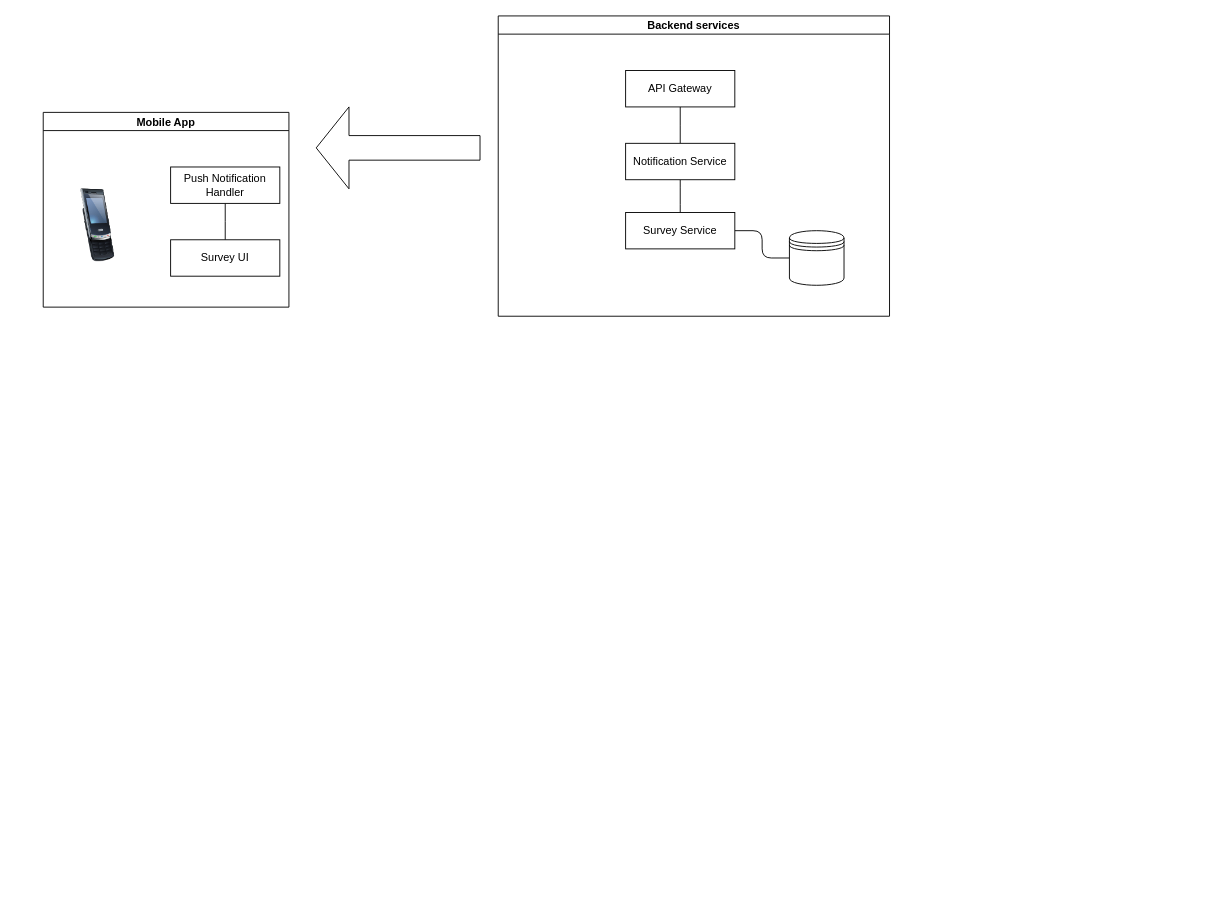
Above: diagram.drawio in RomiBareiro/notifications (draw.io), before the change. Source tidied: cells renumbered, new cells numbered last; positions are measured from the earlier drawing's top-left corner, leaving out a move shared by most shapes. Both pictures are drawn from the tidied source at 91%, with x=0, y=0 at pixel (43, 15).
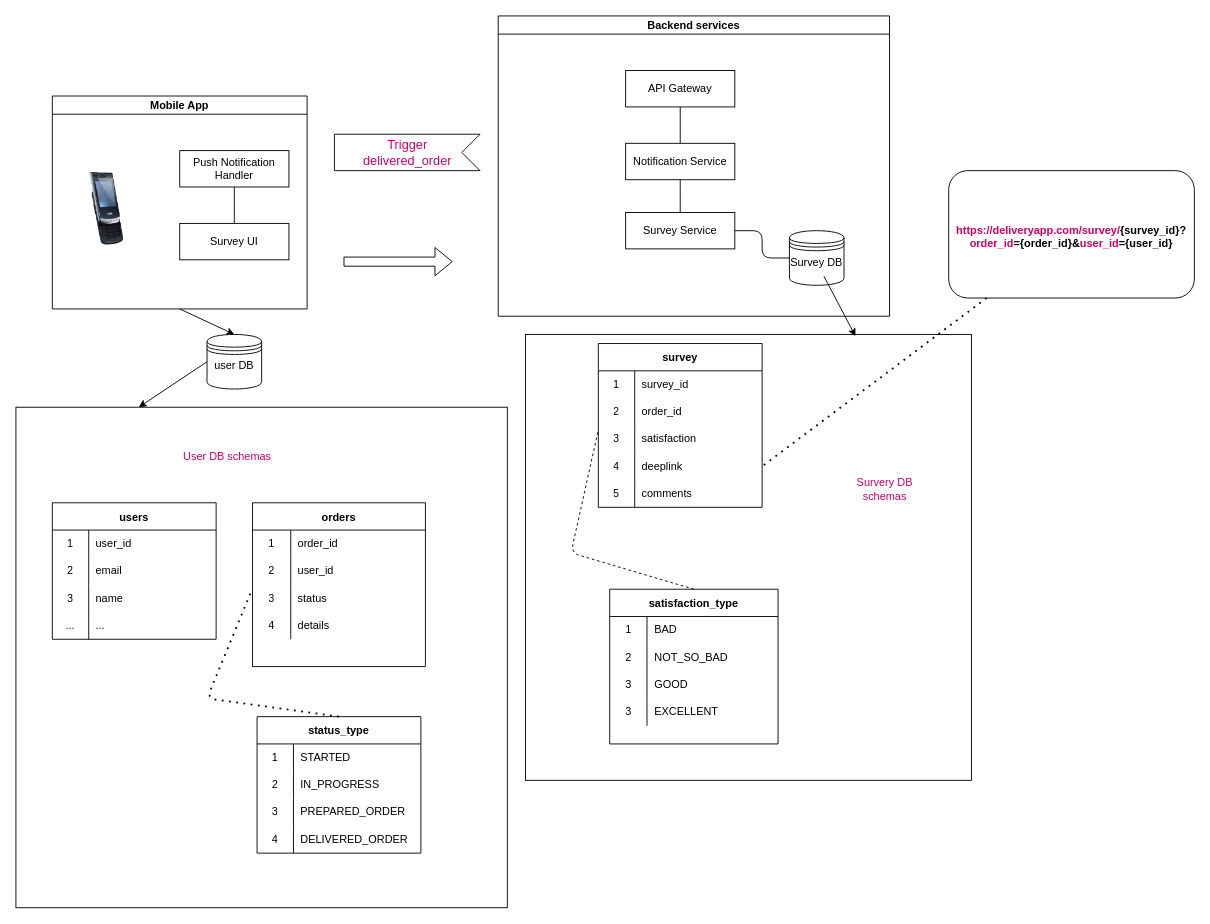
The same diagram, later.

Commit message (it also covers changes not shown here):
big_picture diagram

Readme

The change refers to these unchanged cells:
```xml
<mxCell id="2" value="Backend services" style="swimlane;startSize=20;horizontal=1;containerType=tree;" parent="1" vertex="1">
  <mxGeometry x="500" width="430" height="330" as="geometry" />
</mxCell>
```

Diff of the diagram source:
```diff
@@
+    <mxCell id="16" style="rounded=0;whiteSpace=wrap;html=1;labelBackgroundColor=#0000CC;" parent="1" vertex="1">
+      <mxGeometry x="530" y="350" width="490" height="490" as="geometry" />
+    </mxCell>
+    <mxCell id="17" style="rounded=0;whiteSpace=wrap;html=1;labelBackgroundColor=#0000CC;" parent="1" vertex="1">
+      <mxGeometry x="-30" y="430" width="540" height="550" as="geometry" />
+    </mxCell>
@@
+    <mxCell id="18" value="Survey DB" style="text;html=1;strokeColor=none;fillColor=none;align=center;verticalAlign=middle;whiteSpace=wrap;rounded=0;" parent="2" vertex="1">
+      <mxGeometry x="320" y="256" width="60" height="30" as="geometry" />
+    </mxCell>
+    <mxCell id="19" style="edgeStyle=none;html=1;exitX=0.5;exitY=1;exitDx=0;exitDy=0;entryX=0.5;entryY=0;entryDx=0;entryDy=0;" parent="1" edge="1" source="10" target="21">
+      <mxGeometry relative="1" as="geometry" />
+    </mxCell>
     <mxCell id="10" value="Mobile App" style="swimlane;startSize=20;horizontal=1;containerType=tree;" parent="1" vertex="1">
-      <mxGeometry y="106" width="270" height="214" as="geometry" />
+      <mxGeometry x="10" y="88" width="280" height="234" as="geometry" />
     </mxCell>
@@
-    <mxCell id="15" style="shape=singleArrow;direction=west;whiteSpace=wrap;html=1;" parent="1" vertex="1">
-      <mxGeometry x="300" y="100" width="180" height="90" as="geometry" />
-    </mxCell>
+    <mxCell id="20" style="edgeStyle=none;html=1;exitX=0;exitY=0.5;exitDx=0;exitDy=0;entryX=0.25;entryY=0;entryDx=0;entryDy=0;" parent="1" edge="1" source="21" target="17">
+      <mxGeometry relative="1" as="geometry" />
+    </mxCell>
+    <mxCell id="21" style="shape=datastore;whiteSpace=wrap;html=1;" parent="1" vertex="1">
+      <mxGeometry x="180" y="350" width="60" height="60" as="geometry" />
+    </mxCell>
+    <mxCell id="22" value="user DB" style="text;html=1;strokeColor=none;fillColor=none;align=center;verticalAlign=middle;whiteSpace=wrap;rounded=0;" parent="1" vertex="1">
+      <mxGeometry x="180" y="370" width="60" height="30" as="geometry" />
+    </mxCell>
+    <mxCell id="23" value="users" style="shape=table;startSize=30;childLayout=tableLayout;rowLines=0;fontStyle=1;" parent="1" vertex="1">
+      <mxGeometry x="10" y="535" width="180" height="150" as="geometry" />
+    </mxCell>
+    <mxCell id="24" style="shape=tableRow;horizontal=0;startSize=0;swimlaneHead=0;swimlaneBody=0;top=0;left=0;bottom=0;right=0;fillColor=none;" parent="23" vertex="1">
+      <mxGeometry y="30" width="180" height="30" as="geometry" />
+    </mxCell>
+    <mxCell id="25" value="1" style="shape=partialRectangle;html=1;whiteSpace=wrap;fillColor=none;top=0;left=0;bottom=0;right=0;overflow=hidden;" parent="24" vertex="1">
+      <mxGeometry width="40" height="30" as="geometry" />
+    </mxCell>
+    <mxCell id="26" value="user_id" style="shape=partialRectangle;html=1;whiteSpace=wrap;fillColor=none;top=0;left=0;bottom=0;right=0;align=left;spacingLeft=6;overflow=hidden;" parent="24" vertex="1">
+      <mxGeometry x="40" width="140" height="30" as="geometry" />
+    </mxCell>
+    <mxCell id="27" style="shape=tableRow;horizontal=0;startSize=0;swimlaneHead=0;swimlaneBody=0;top=0;left=0;bottom=0;right=0;fillColor=none;" parent="23" vertex="1">
+      <mxGeometry y="60" width="180" height="30" as="geometry" />
+    </mxCell>
+    <mxCell id="28" value="2" style="shape=partialRectangle;html=1;whiteSpace=wrap;fillColor=none;top=0;left=0;bottom=0;right=0;overflow=hidden;" parent="27" vertex="1">
+      <mxGeometry width="40" height="30" as="geometry" />
+    </mxCell>
+    <mxCell id="29" value="email" style="shape=partialRectangle;html=1;whiteSpace=wrap;fillColor=none;top=0;left=0;bottom=0;right=0;align=left;spacingLeft=6;overflow=hidden;" parent="27" vertex="1">
+      <mxGeometry x="40" width="140" height="30" as="geometry" />
+    </mxCell>
+    <mxCell id="30" style="shape=tableRow;horizontal=0;startSize=0;swimlaneHead=0;swimlaneBody=0;top=0;left=0;bottom=0;right=0;fillColor=none;" parent="23" vertex="1">
+      <mxGeometry y="90" width="180" height="30" as="geometry" />
+    </mxCell>
+    <mxCell id="31" value="3" style="shape=partialRectangle;html=1;whiteSpace=wrap;fillColor=none;top=0;left=0;bottom=0;right=0;overflow=hidden;" parent="30" vertex="1">
+      <mxGeometry width="40" height="30" as="geometry" />
+    </mxCell>
+    <mxCell id="32" value="name&lt;br&gt;" style="shape=partialRectangle;html=1;whiteSpace=wrap;fillColor=none;top=0;left=0;bottom=0;right=0;align=left;spacingLeft=6;overflow=hidden;" parent="30" vertex="1">
+      <mxGeometry x="40" width="140" height="30" as="geometry" />
+    </mxCell>
+    <mxCell id="33" style="shape=tableRow;horizontal=0;startSize=0;swimlaneHead=0;swimlaneBody=0;top=0;left=0;bottom=0;right=0;fillColor=none;" parent="23" vertex="1">
+      <mxGeometry y="120" width="180" height="30" as="geometry" />
+    </mxCell>
+    <mxCell id="34" value="..." style="shape=partialRectangle;html=1;whiteSpace=wrap;fillColor=none;top=0;left=0;bottom=0;right=0;overflow=hidden;" parent="33" vertex="1">
+      <mxGeometry width="40" height="30" as="geometry" />
+    </mxCell>
+    <mxCell id="35" value="..." style="shape=partialRectangle;html=1;whiteSpace=wrap;fillColor=none;top=0;left=0;bottom=0;right=0;align=left;spacingLeft=6;overflow=hidden;" parent="33" vertex="1">
+      <mxGeometry x="40" width="140" height="30" as="geometry" />
+    </mxCell>
+    <mxCell id="36" value="survey" style="shape=table;startSize=30;childLayout=tableLayout;rowLines=0;fontStyle=1;" parent="1" vertex="1">
+      <mxGeometry x="610" y="360" width="180" height="180" as="geometry" />
+    </mxCell>
+    <mxCell id="37" style="shape=tableRow;horizontal=0;startSize=0;swimlaneHead=0;swimlaneBody=0;top=0;left=0;bottom=0;right=0;fillColor=none;" parent="36" vertex="1">
+      <mxGeometry y="30" width="180" height="30" as="geometry" />
+    </mxCell>
+    <mxCell id="38" value="1" style="shape=partialRectangle;html=1;whiteSpace=wrap;fillColor=none;top=0;left=0;bottom=0;right=0;overflow=hidden;" parent="37" vertex="1">
+      <mxGeometry width="40" height="30" as="geometry" />
+    </mxCell>
+    <mxCell id="39" value="survey_id" style="shape=partialRectangle;html=1;whiteSpace=wrap;fillColor=none;top=0;left=0;bottom=0;right=0;align=left;spacingLeft=6;overflow=hidden;" parent="37" vertex="1">
+      <mxGeometry x="40" width="140" height="30" as="geometry" />
+    </mxCell>
+    <mxCell id="40" style="shape=tableRow;horizontal=0;startSize=0;swimlaneHead=0;swimlaneBody=0;top=0;left=0;bottom=0;right=0;fillColor=none;" parent="36" vertex="1">
+      <mxGeometry y="60" width="180" height="30" as="geometry" />
+    </mxCell>
+    <mxCell id="41" value="2" style="shape=partialRectangle;html=1;whiteSpace=wrap;fillColor=none;top=0;left=0;bottom=0;right=0;overflow=hidden;" parent="40" vertex="1">
+      <mxGeometry width="40" height="30" as="geometry" />
+    </mxCell>
+    <mxCell id="42" value="order_id" style="shape=partialRectangle;html=1;whiteSpace=wrap;fillColor=none;top=0;left=0;bottom=0;right=0;align=left;spacingLeft=6;overflow=hidden;" parent="40" vertex="1">
+      <mxGeometry x="40" width="140" height="30" as="geometry" />
+    </mxCell>
+    <mxCell id="43" style="shape=tableRow;horizontal=0;startSize=0;swimlaneHead=0;swimlaneBody=0;top=0;left=0;bottom=0;right=0;fillColor=none;" parent="36" vertex="1">
+      <mxGeometry y="90" width="180" height="30" as="geometry" />
+    </mxCell>
+    <mxCell id="44" value="3" style="shape=partialRectangle;html=1;whiteSpace=wrap;fillColor=none;top=0;left=0;bottom=0;right=0;overflow=hidden;" parent="43" vertex="1">
+      <mxGeometry width="40" height="30" as="geometry" />
+    </mxCell>
+    <mxCell id="45" value="satisfaction" style="shape=partialRectangle;html=1;whiteSpace=wrap;fillColor=none;top=0;left=0;bottom=0;right=0;align=left;spacingLeft=6;overflow=hidden;" parent="43" vertex="1">
+      <mxGeometry x="40" width="140" height="30" as="geometry" />
+    </mxCell>
+    <mxCell id="46" style="shape=tableRow;horizontal=0;startSize=0;swimlaneHead=0;swimlaneBody=0;top=0;left=0;bottom=0;right=0;fillColor=none;points=[[0,0.5],[1,0.5]];portConstraint=eastwest;" parent="36" vertex="1">
+      <mxGeometry y="120" width="180" height="30" as="geometry" />
+    </mxCell>
+    <mxCell id="47" value="4" style="shape=partialRectangle;html=1;whiteSpace=wrap;fillColor=none;top=0;left=0;bottom=0;right=0;overflow=hidden;" parent="46" vertex="1">
+      <mxGeometry width="40" height="30" as="geometry" />
+    </mxCell>
+    <mxCell id="48" value="deeplink" style="shape=partialRectangle;html=1;whiteSpace=wrap;fillColor=none;top=0;left=0;bottom=0;right=0;align=left;spacingLeft=6;overflow=hidden;" parent="46" vertex="1">
+      <mxGeometry x="40" width="140" height="30" as="geometry" />
+    </mxCell>
+    <mxCell id="49" style="shape=tableRow;horizontal=0;startSize=0;swimlaneHead=0;swimlaneBody=0;top=0;left=0;bottom=0;right=0;fillColor=none;" parent="36" vertex="1">
+      <mxGeometry y="150" width="180" height="30" as="geometry" />
+    </mxCell>
+    <mxCell id="50" value="5" style="shape=partialRectangle;html=1;whiteSpace=wrap;fillColor=none;top=0;left=0;bottom=0;right=0;overflow=hidden;" parent="49" vertex="1">
+      <mxGeometry width="40" height="30" as="geometry" />
+    </mxCell>
+    <mxCell id="51" value="comments" style="shape=partialRectangle;html=1;whiteSpace=wrap;fillColor=none;top=0;left=0;bottom=0;right=0;align=left;spacingLeft=6;overflow=hidden;" parent="49" vertex="1">
+      <mxGeometry x="40" width="140" height="30" as="geometry" />
+    </mxCell>
+    <mxCell id="52" style="shape=flexArrow;endArrow=classic;html=1;" parent="1" edge="1">
+      <mxGeometry relative="1" as="geometry">
+        <mxPoint x="330" y="270" as="sourcePoint" />
+        <mxPoint x="450" y="270" as="targetPoint" />
+      </mxGeometry>
+    </mxCell>
+    <mxCell id="53" value="orders" style="shape=table;startSize=30;childLayout=tableLayout;rowLines=0;fontStyle=1;" parent="1" vertex="1">
+      <mxGeometry x="230" y="535" width="190" height="180" as="geometry" />
+    </mxCell>
+    <mxCell id="54" style="shape=tableRow;horizontal=0;startSize=0;swimlaneHead=0;swimlaneBody=0;top=0;left=0;bottom=0;right=0;fillColor=none;" parent="53" vertex="1">
+      <mxGeometry y="30" width="190" height="30" as="geometry" />
+    </mxCell>
+    <mxCell id="55" value="1" style="shape=partialRectangle;html=1;whiteSpace=wrap;fillColor=none;top=0;left=0;bottom=0;right=0;overflow=hidden;" parent="54" vertex="1">
+      <mxGeometry width="42" height="30" as="geometry" />
+    </mxCell>
+    <mxCell id="56" value="order_id" style="shape=partialRectangle;html=1;whiteSpace=wrap;fillColor=none;top=0;left=0;bottom=0;right=0;align=left;spacingLeft=6;overflow=hidden;" parent="54" vertex="1">
+      <mxGeometry x="42" width="148" height="30" as="geometry" />
+    </mxCell>
+    <mxCell id="57" style="shape=tableRow;horizontal=0;startSize=0;swimlaneHead=0;swimlaneBody=0;top=0;left=0;bottom=0;right=0;fillColor=none;" parent="53" vertex="1">
+      <mxGeometry y="60" width="190" height="30" as="geometry" />
+    </mxCell>
+    <mxCell id="58" value="2" style="shape=partialRectangle;html=1;whiteSpace=wrap;fillColor=none;top=0;left=0;bottom=0;right=0;overflow=hidden;" parent="57" vertex="1">
+      <mxGeometry width="42" height="30" as="geometry" />
+    </mxCell>
+    <mxCell id="59" value="user_id" style="shape=partialRectangle;html=1;whiteSpace=wrap;fillColor=none;top=0;left=0;bottom=0;right=0;align=left;spacingLeft=6;overflow=hidden;" parent="57" vertex="1">
+      <mxGeometry x="42" width="148" height="30" as="geometry" />
+    </mxCell>
+    <mxCell id="60" style="shape=tableRow;horizontal=0;startSize=0;swimlaneHead=0;swimlaneBody=0;top=0;left=0;bottom=0;right=0;fillColor=none;points=[[0,0.5],[1,0.5]];portConstraint=eastwest;" parent="53" vertex="1">
+      <mxGeometry y="90" width="190" height="30" as="geometry" />
+    </mxCell>
+    <mxCell id="61" value="3" style="shape=partialRectangle;html=1;whiteSpace=wrap;fillColor=none;top=0;left=0;bottom=0;right=0;overflow=hidden;" parent="60" vertex="1">
+      <mxGeometry width="42" height="30" as="geometry" />
+    </mxCell>
+    <mxCell id="62" value="status" style="shape=partialRectangle;html=1;whiteSpace=wrap;fillColor=none;top=0;left=0;bottom=0;right=0;align=left;spacingLeft=6;overflow=hidden;" parent="60" vertex="1">
+      <mxGeometry x="42" width="148" height="30" as="geometry" />
+    </mxCell>
+    <mxCell id="63" style="shape=tableRow;horizontal=0;startSize=0;swimlaneHead=0;swimlaneBody=0;top=0;left=0;bottom=0;right=0;fillColor=none;" parent="53" vertex="1">
+      <mxGeometry y="120" width="190" height="30" as="geometry" />
+    </mxCell>
+    <mxCell id="64" value="4" style="shape=partialRectangle;html=1;whiteSpace=wrap;fillColor=none;top=0;left=0;bottom=0;right=0;overflow=hidden;" parent="63" vertex="1">
+      <mxGeometry width="42" height="30" as="geometry" />
+    </mxCell>
+    <mxCell id="65" value="details" style="shape=partialRectangle;html=1;whiteSpace=wrap;fillColor=none;top=0;left=0;bottom=0;right=0;align=left;spacingLeft=6;overflow=hidden;" parent="63" vertex="1">
+      <mxGeometry x="42" width="148" height="30" as="geometry" />
+    </mxCell>
+    <mxCell id="66" style="edgeStyle=none;html=1;exitX=0.5;exitY=1;exitDx=0;exitDy=0;" parent="1" edge="1" source="67" target="68">
+      <mxGeometry relative="1" as="geometry" />
+    </mxCell>
+    <mxCell id="67" style="rounded=1;whiteSpace=wrap;html=1;" parent="1" vertex="1">
+      <mxGeometry x="995" y="170" width="270" height="140" as="geometry" />
+    </mxCell>
+    <mxCell id="68" value="&lt;div&gt;&lt;div&gt;&lt;b&gt;&lt;font color=&quot;#cc0066&quot;&gt;https://deliveryapp.com/survey/&lt;/font&gt;{survey_id}?&lt;font color=&quot;#cc0066&quot;&gt;order_id&lt;/font&gt;={order_id}&amp;amp;&lt;font color=&quot;#cc0066&quot;&gt;user_id&lt;/font&gt;={user_id}&lt;/b&gt;&lt;/div&gt;&lt;/div&gt;&lt;div&gt;&lt;br&gt;&lt;/div&gt;" style="text;html=1;strokeColor=none;fillColor=none;align=center;verticalAlign=middle;whiteSpace=wrap;rounded=0;" parent="1" vertex="1">
+      <mxGeometry x="1020" y="200" width="220" height="100" as="geometry" />
+    </mxCell>
+    <mxCell id="69" value="satisfaction_type" style="shape=table;startSize=30;childLayout=tableLayout;rowLines=0;fontStyle=1;" parent="1" vertex="1">
+      <mxGeometry x="622.5" y="630" width="185" height="170" as="geometry" />
+    </mxCell>
+    <mxCell id="70" style="shape=tableRow;horizontal=0;startSize=0;swimlaneHead=0;swimlaneBody=0;top=0;left=0;bottom=0;right=0;fillColor=none;" parent="69" vertex="1">
+      <mxGeometry y="30" width="185" height="30" as="geometry" />
+    </mxCell>
+    <mxCell id="71" value="1" style="shape=partialRectangle;html=1;whiteSpace=wrap;fillColor=none;top=0;left=0;bottom=0;right=0;overflow=hidden;" parent="70" vertex="1">
+      <mxGeometry width="41" height="30" as="geometry" />
+    </mxCell>
+    <mxCell id="72" value="BAD" style="shape=partialRectangle;html=1;whiteSpace=wrap;fillColor=none;top=0;left=0;bottom=0;right=0;align=left;spacingLeft=6;overflow=hidden;" parent="70" vertex="1">
+      <mxGeometry x="41" width="144" height="30" as="geometry" />
+    </mxCell>
+    <mxCell id="73" style="shape=tableRow;horizontal=0;startSize=0;swimlaneHead=0;swimlaneBody=0;top=0;left=0;bottom=0;right=0;fillColor=none;" parent="69" vertex="1">
+      <mxGeometry y="60" width="185" height="30" as="geometry" />
+    </mxCell>
+    <mxCell id="74" value="2" style="shape=partialRectangle;html=1;whiteSpace=wrap;fillColor=none;top=0;left=0;bottom=0;right=0;overflow=hidden;" parent="73" vertex="1">
+      <mxGeometry width="41" height="30" as="geometry" />
+    </mxCell>
+    <mxCell id="75" value="NOT_SO_BAD" style="shape=partialRectangle;html=1;whiteSpace=wrap;fillColor=none;top=0;left=0;bottom=0;right=0;align=left;spacingLeft=6;overflow=hidden;" parent="73" vertex="1">
+      <mxGeometry x="41" width="144" height="30" as="geometry" />
+    </mxCell>
+    <mxCell id="76" style="shape=tableRow;horizontal=0;startSize=0;swimlaneHead=0;swimlaneBody=0;top=0;left=0;bottom=0;right=0;fillColor=none;" parent="69" vertex="1">
+      <mxGeometry y="90" width="185" height="30" as="geometry" />
+    </mxCell>
+    <mxCell id="77" value="3" style="shape=partialRectangle;html=1;whiteSpace=wrap;fillColor=none;top=0;left=0;bottom=0;right=0;overflow=hidden;" parent="76" vertex="1">
+      <mxGeometry width="41" height="30" as="geometry" />
+    </mxCell>
+    <mxCell id="78" value="GOOD" style="shape=partialRectangle;html=1;whiteSpace=wrap;fillColor=none;top=0;left=0;bottom=0;right=0;align=left;spacingLeft=6;overflow=hidden;" parent="76" vertex="1">
+      <mxGeometry x="41" width="144" height="30" as="geometry" />
+    </mxCell>
+    <mxCell id="79" style="shape=tableRow;horizontal=0;startSize=0;swimlaneHead=0;swimlaneBody=0;top=0;left=0;bottom=0;right=0;fillColor=none;" parent="69" vertex="1">
+      <mxGeometry y="120" width="185" height="30" as="geometry" />
+    </mxCell>
+    <mxCell id="80" value="3" style="shape=partialRectangle;html=1;whiteSpace=wrap;fillColor=none;top=0;left=0;bottom=0;right=0;overflow=hidden;" parent="79" vertex="1">
+      <mxGeometry width="41" height="30" as="geometry" />
+    </mxCell>
+    <mxCell id="81" value="EXCELLENT" style="shape=partialRectangle;html=1;whiteSpace=wrap;fillColor=none;top=0;left=0;bottom=0;right=0;align=left;spacingLeft=6;overflow=hidden;" parent="79" vertex="1">
+      <mxGeometry x="41" width="144" height="30" as="geometry" />
+    </mxCell>
+    <mxCell id="82" style="endArrow=none;dashed=1;html=1;exitX=0.5;exitY=0;exitDx=0;exitDy=0;" parent="1" edge="1" source="69">
+      <mxGeometry relative="1" as="geometry">
+        <mxPoint x="610" y="455" as="targetPoint" />
+        <Array as="points">
+          <mxPoint x="580" y="590" />
+        </Array>
+      </mxGeometry>
+    </mxCell>
+    <mxCell id="83" value="&lt;span style=&quot;background-color: rgb(255, 255, 255);&quot;&gt;&lt;font color=&quot;#cc0066&quot;&gt;Trigger&lt;br&gt;delivered_order&lt;/font&gt;&lt;/span&gt;" style="html=1;shape=mxgraph.infographic.ribbonSimple;notch1=20;notch2=0;align=center;verticalAlign=middle;fontSize=14;fontStyle=0;flipH=1;fillColor=#FFFFFF;" parent="1" vertex="1">
+      <mxGeometry x="320" y="130" width="160" height="40" as="geometry" />
+    </mxCell>
+    <mxCell id="84" style="endArrow=none;dashed=1;html=1;dashPattern=1 3;strokeWidth=2;entryX=1;entryY=0.5;entryDx=0;entryDy=0;" parent="1" edge="1" source="67" target="46">
+      <mxGeometry relative="1" as="geometry" />
+    </mxCell>
+    <mxCell id="85" value="status_type" style="shape=table;startSize=30;childLayout=tableLayout;rowLines=0;fontStyle=1;" parent="1" vertex="1">
+      <mxGeometry x="235" y="770" width="180" height="150" as="geometry" />
+    </mxCell>
+    <mxCell id="86" style="shape=tableRow;horizontal=0;startSize=0;swimlaneHead=0;swimlaneBody=0;top=0;left=0;bottom=0;right=0;fillColor=none;" parent="85" vertex="1">
+      <mxGeometry y="30" width="180" height="30" as="geometry" />
+    </mxCell>
+    <mxCell id="87" value="1" style="shape=partialRectangle;html=1;whiteSpace=wrap;fillColor=none;top=0;left=0;bottom=0;right=0;overflow=hidden;" parent="86" vertex="1">
+      <mxGeometry width="40" height="30" as="geometry" />
+    </mxCell>
+    <mxCell id="88" value="STARTED" style="shape=partialRectangle;html=1;whiteSpace=wrap;fillColor=none;top=0;left=0;bottom=0;right=0;align=left;spacingLeft=6;overflow=hidden;" parent="86" vertex="1">
+      <mxGeometry x="40" width="140" height="30" as="geometry" />
+    </mxCell>
+    <mxCell id="89" style="shape=tableRow;horizontal=0;startSize=0;swimlaneHead=0;swimlaneBody=0;top=0;left=0;bottom=0;right=0;fillColor=none;" parent="85" vertex="1">
+      <mxGeometry y="60" width="180" height="30" as="geometry" />
+    </mxCell>
+    <mxCell id="90" value="2" style="shape=partialRectangle;html=1;whiteSpace=wrap;fillColor=none;top=0;left=0;bottom=0;right=0;overflow=hidden;" parent="89" vertex="1">
+      <mxGeometry width="40" height="30" as="geometry" />
+    </mxCell>
+    <mxCell id="91" value="IN_PROGRESS" style="shape=partialRectangle;html=1;whiteSpace=wrap;fillColor=none;top=0;left=0;bottom=0;right=0;align=left;spacingLeft=6;overflow=hidden;" parent="89" vertex="1">
+      <mxGeometry x="40" width="140" height="30" as="geometry" />
+    </mxCell>
+    <mxCell id="92" style="shape=tableRow;horizontal=0;startSize=0;swimlaneHead=0;swimlaneBody=0;top=0;left=0;bottom=0;right=0;fillColor=none;" parent="85" vertex="1">
+      <mxGeometry y="90" width="180" height="30" as="geometry" />
+    </mxCell>
+    <mxCell id="93" value="3" style="shape=partialRectangle;html=1;whiteSpace=wrap;fillColor=none;top=0;left=0;bottom=0;right=0;overflow=hidden;" parent="92" vertex="1">
+      <mxGeometry width="40" height="30" as="geometry" />
+    </mxCell>
+    <mxCell id="94" value="PREPARED_ORDER" style="shape=partialRectangle;html=1;whiteSpace=wrap;fillColor=none;top=0;left=0;bottom=0;right=0;align=left;spacingLeft=6;overflow=hidden;" parent="92" vertex="1">
+      <mxGeometry x="40" width="140" height="30" as="geometry" />
+    </mxCell>
+    <mxCell id="95" style="shape=tableRow;horizontal=0;startSize=0;swimlaneHead=0;swimlaneBody=0;top=0;left=0;bottom=0;right=0;fillColor=none;" parent="85" vertex="1">
+      <mxGeometry y="120" width="180" height="30" as="geometry" />
+    </mxCell>
+    <mxCell id="96" value="4" style="shape=partialRectangle;html=1;whiteSpace=wrap;fillColor=none;top=0;left=0;bottom=0;right=0;overflow=hidden;" parent="95" vertex="1">
+      <mxGeometry width="40" height="30" as="geometry" />
+    </mxCell>
+    <mxCell id="97" value="DELIVERED_ORDER" style="shape=partialRectangle;html=1;whiteSpace=wrap;fillColor=none;top=0;left=0;bottom=0;right=0;align=left;spacingLeft=6;overflow=hidden;" parent="95" vertex="1">
+      <mxGeometry x="40" width="140" height="30" as="geometry" />
+    </mxCell>
+    <mxCell id="98" style="endArrow=none;dashed=1;html=1;dashPattern=1 3;strokeWidth=2;fontColor=#CC0066;entryX=-0.011;entryY=0.3;entryDx=0;entryDy=0;entryPerimeter=0;exitX=0.5;exitY=0;exitDx=0;exitDy=0;" parent="1" edge="1" source="85" target="60">
+      <mxGeometry relative="1" as="geometry">
+        <Array as="points">
+          <mxPoint x="180" y="750" />
+        </Array>
+      </mxGeometry>
+    </mxCell>
+    <mxCell id="99" style="edgeStyle=none;html=1;entryX=0.74;entryY=0.004;entryDx=0;entryDy=0;entryPerimeter=0;fontColor=#CC0066;" parent="1" edge="1" source="18" target="16">
+      <mxGeometry relative="1" as="geometry" />
+    </mxCell>
+    <mxCell id="100" value="User DB schemas" style="text;html=1;strokeColor=none;fillColor=none;align=center;verticalAlign=middle;whiteSpace=wrap;rounded=0;labelBackgroundColor=#FFFFFF;fontColor=#CC0066;" parent="1" vertex="1">
+      <mxGeometry x="150" y="470" width="105" height="30" as="geometry" />
+    </mxCell>
+    <mxCell id="101" value="Survery DB schemas" style="text;html=1;strokeColor=none;fillColor=none;align=center;verticalAlign=middle;whiteSpace=wrap;rounded=0;labelBackgroundColor=#FFFFFF;fontColor=#CC0066;" parent="1" vertex="1">
+      <mxGeometry x="870" y="505" width="110" height="30" as="geometry" />
+    </mxCell>
```
